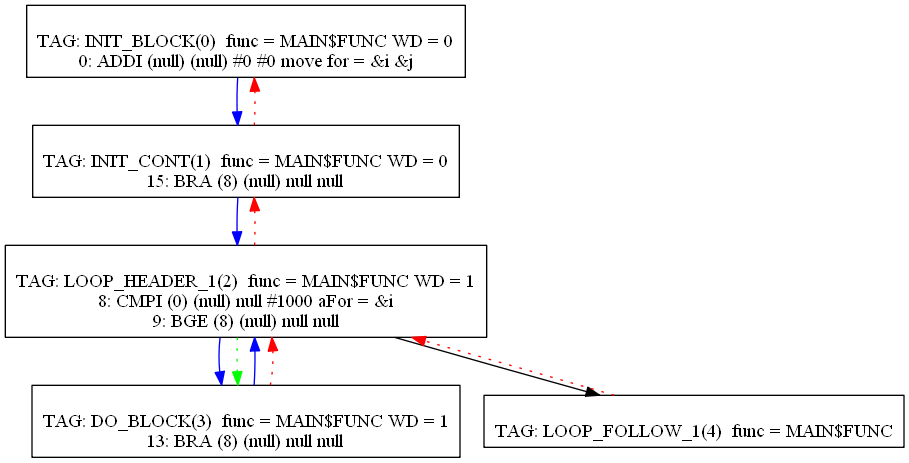
Earlier version of the Graphviz export Compiler/8graph.png (mbajaj92/Project-Astoria). Its source is kept beside it as Compiler/8graph.dot.
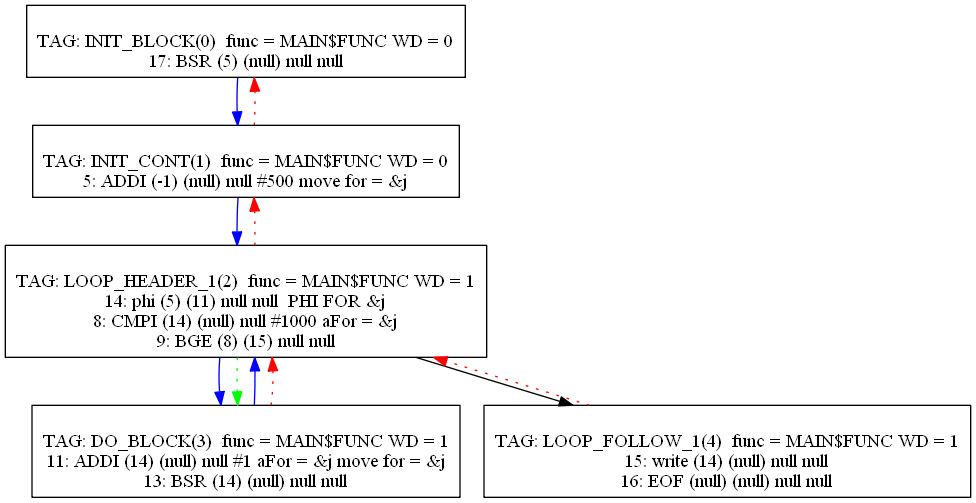
The same diagram one commit later.

What changed in the source:
```diff
@@ -1,21 +1,22 @@
 digraph {
 0[label="
 TAG: INIT_BLOCK(0)  func = MAIN$FUNC WD = 0
-0: ADDI (null) (null) #0 #0 move for = &i &j
+17: BSR (5) (null) null null
 "];
 0[shape=box];
 0 -> 1[color=blue]
 1[label="
 TAG: INIT_CONT(1)  func = MAIN$FUNC WD = 0
-15: BRA (8) (null) null null
+5: ADDI (-1) (null) null #500 move for = &j
 "];
 1[shape=box];
 1 -> 2[color=blue]
 1 -> 0[color=red][style=dotted]
 2[label="
 TAG: LOOP_HEADER_1(2)  func = MAIN$FUNC WD = 1
-8: CMPI (0) (null) null #1000 aFor = &i
-9: BGE (8) (null) null null
+14: phi (5) (11) null null  PHI FOR &j
+8: CMPI (14) (null) null #1000 aFor = &j
+9: BGE (8) (15) null null
 "];
 2[shape=box];
 2 -> 3[color=blue]
@@ -24,13 +25,16 @@
 2 -> 3[color=green][style=dotted]
 3[label="
 TAG: DO_BLOCK(3)  func = MAIN$FUNC WD = 1
-13: BRA (8) (null) null null
+11: ADDI (14) (null) null #1 aFor = &j move for = &j
+13: BSR (14) (null) null null
 "];
 3[shape=box];
 3 -> 2[color=blue]
 3 -> 2[color=red][style=dotted]
 4[label="
-TAG: LOOP_FOLLOW_1(4)  func = MAIN$FUNC
+TAG: LOOP_FOLLOW_1(4)  func = MAIN$FUNC WD = 1
+15: write (14) (null) null null
+16: EOF (null) (null) null null
 "];
 4[shape=box];
 4 -> 2[color=red][style=dotted]
```
